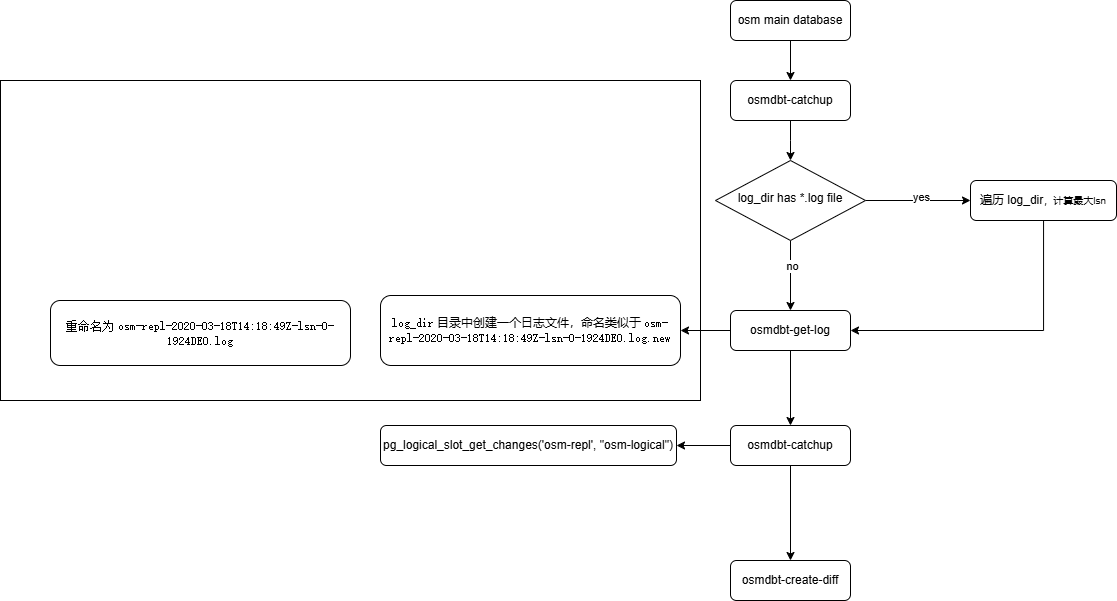
Before: osm-dbt.png, a diagram exported from draw.io (472542625/drawio). Source tidied: cells renumbered, new cells last; positions are measured from the earlier drawing's top-left corner, leaving out a move shared by most shapes.
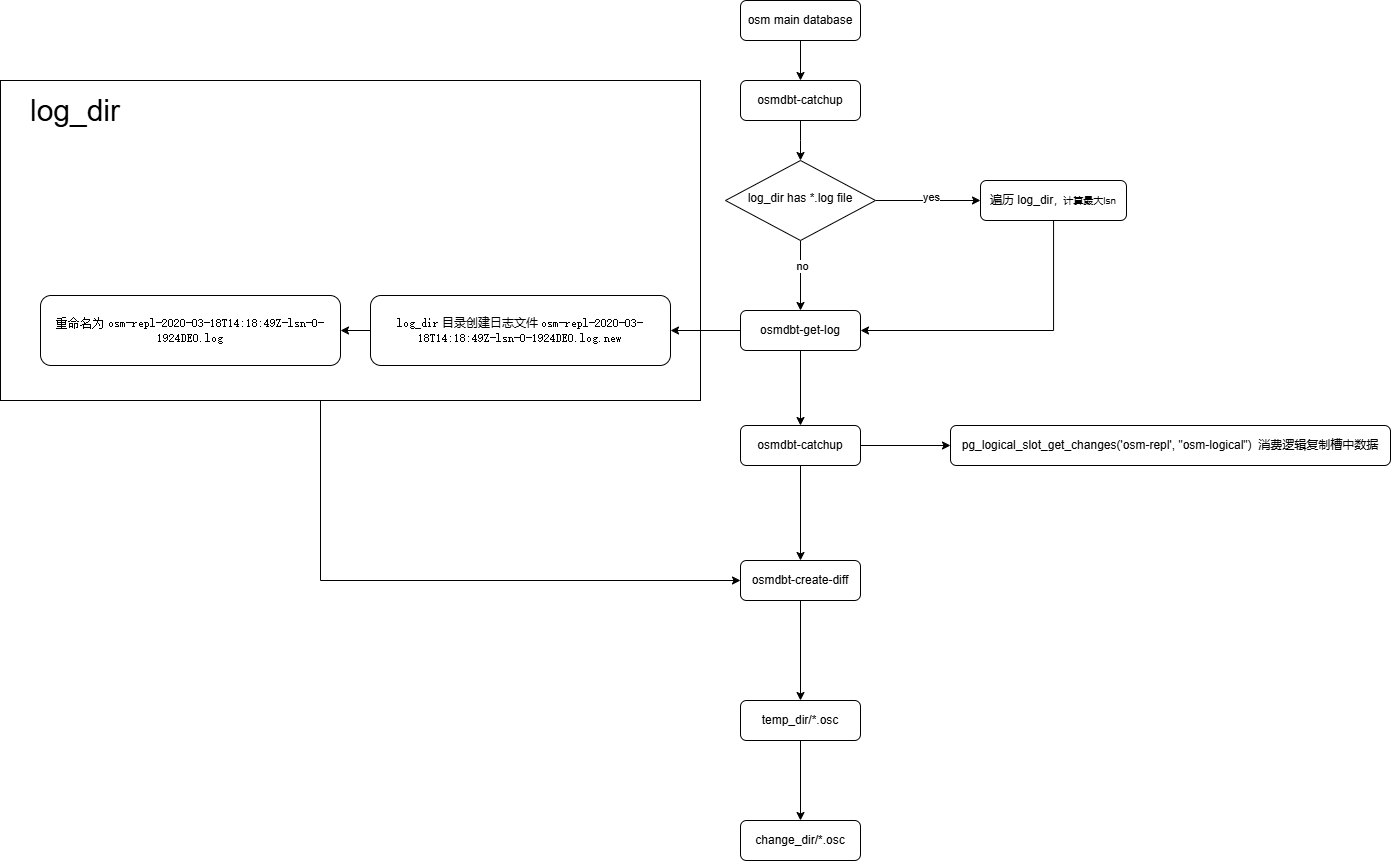
The same file after the commit.

What changed in the source:
```diff
@@ -2,8 +2,15 @@
   <root>
     <mxCell id="0" />
     <mxCell id="1" parent="0" />
+    <mxCell id="24" style="edgeStyle=orthogonalEdgeStyle;rounded=0;jettySize=auto;html=1;entryX=0;entryY=0.5;entryDx=0;entryDy=0;" parent="1" edge="1" source="2" target="23">
+      <mxGeometry relative="1" as="geometry">
+        <Array as="points">
+          <mxPoint x="310" y="580" />
+        </Array>
+      </mxGeometry>
+    </mxCell>
     <mxCell id="2" style="rounded=0;whiteSpace=wrap;html=1;" parent="1" vertex="1">
-      <mxGeometry y="80" width="700" height="320" as="geometry" />
+      <mxGeometry x="-10" y="80" width="700" height="320" as="geometry" />
     </mxCell>
     <mxCell id="3" style="edgeStyle=orthogonalEdgeStyle;rounded=0;jettySize=auto;html=1;entryX=0.5;entryY=0;entryDx=0;entryDy=0;" parent="1" edge="1" source="4" target="13">
       <mxGeometry relative="1" as="geometry" />
@@ -57,12 +64,12 @@
     <mxCell id="16" value="osmdbt-get-log" style="rounded=1;whiteSpace=wrap;html=1;fontSize=12;glass=0;strokeWidth=1;shadow=0;" parent="1" vertex="1">
       <mxGeometry x="730" y="310" width="120" height="40" as="geometry" />
     </mxCell>
+    <mxCell id="25" style="edgeStyle=orthogonalEdgeStyle;rounded=0;jettySize=auto;html=1;" parent="1" edge="1" source="17" target="18">
+      <mxGeometry relative="1" as="geometry" />
+    </mxCell>
-    <mxCell id="17" value="&lt;code&gt;log_dir&lt;/code&gt; 目录中创建一个日志文件，命名类似于 &lt;code&gt;osm-repl-2020-03-18T14:18:49Z-lsn-0-1924DE0.log.new&lt;/code&gt;" style="rounded=1;whiteSpace=wrap;html=1;fontSize=12;glass=0;strokeWidth=1;shadow=0;" parent="1" vertex="1">
-      <mxGeometry x="380" y="295" width="300" height="70" as="geometry" />
+    <mxCell id="17" value="&lt;code&gt;log_dir&lt;/code&gt; 目录创建日志文件&amp;nbsp;&lt;code&gt;osm-repl-2020-03-18T14:18:49Z-lsn-0-1924DE0.log.new&lt;/code&gt;" style="rounded=1;whiteSpace=wrap;html=1;fontSize=12;glass=0;strokeWidth=1;shadow=0;" parent="1" vertex="1">
+      <mxGeometry x="360" y="295" width="300" height="70" as="geometry" />
     </mxCell>
-    <mxCell id="18" value="&lt;font face=&quot;monospace&quot;&gt;重命名为&lt;/font&gt;&amp;nbsp;&lt;code&gt;osm-repl-2020-03-18T14:18:49Z-lsn-0-1924DE0.log&lt;/code&gt;" style="rounded=1;whiteSpace=wrap;html=1;fontSize=12;glass=0;strokeWidth=1;shadow=0;" parent="1" vertex="1">
-      <mxGeometry x="50" y="300" width="300" height="65" as="geometry" />
-    </mxCell>
     <mxCell id="19" style="edgeStyle=orthogonalEdgeStyle;rounded=0;jettySize=auto;html=1;" parent="1" edge="1" source="21" target="22">
       <mxGeometry relative="1" as="geometry" />
     </mxCell>
@@ -72,11 +79,29 @@
     <mxCell id="21" value="osmdbt-catchup" style="rounded=1;whiteSpace=wrap;html=1;fontSize=12;glass=0;strokeWidth=1;shadow=0;" parent="1" vertex="1">
       <mxGeometry x="730" y="425" width="120" height="40" as="geometry" />
     </mxCell>
-    <mxCell id="22" value="pg_logical_slot_get_changes('osm-repl', &quot;osm-logical&quot;)" style="rounded=1;whiteSpace=wrap;html=1;fontSize=12;glass=0;strokeWidth=1;shadow=0;" parent="1" vertex="1">
-      <mxGeometry x="380" y="425" width="296" height="40" as="geometry" />
+    <mxCell id="22" value="pg_logical_slot_get_changes('osm-repl', &quot;osm-logical&quot;)&amp;nbsp; 消费逻辑复制槽中数据" style="rounded=1;whiteSpace=wrap;html=1;fontSize=12;glass=0;strokeWidth=1;shadow=0;" parent="1" vertex="1">
+      <mxGeometry x="940" y="425" width="440" height="40" as="geometry" />
     </mxCell>
+    <mxCell id="26" style="edgeStyle=orthogonalEdgeStyle;rounded=0;jettySize=auto;html=1;entryX=0.5;entryY=0;entryDx=0;entryDy=0;" parent="1" edge="1" source="23" target="29">
+      <mxGeometry relative="1" as="geometry" />
+    </mxCell>
     <mxCell id="23" value="osmdbt-create-diff" style="rounded=1;whiteSpace=wrap;html=1;fontSize=12;glass=0;strokeWidth=1;shadow=0;" parent="1" vertex="1">
       <mxGeometry x="730" y="560" width="120" height="40" as="geometry" />
     </mxCell>
+    <mxCell id="27" value="log_dir" style="text;html=1;align=center;verticalAlign=middle;whiteSpace=wrap;rounded=0;fontSize=30;" parent="1" vertex="1">
+      <mxGeometry x="10" y="90" width="110" height="40" as="geometry" />
+    </mxCell>
+    <mxCell id="18" value="&lt;font face=&quot;monospace&quot;&gt;重命名为&lt;/font&gt;&amp;nbsp;&lt;code&gt;osm-repl-2020-03-18T14:18:49Z-lsn-0-1924DE0.log&lt;/code&gt;" style="rounded=1;whiteSpace=wrap;html=1;fontSize=12;glass=0;strokeWidth=1;shadow=0;" parent="1" vertex="1">
+      <mxGeometry x="30" y="295" width="300" height="70" as="geometry" />
+    </mxCell>
+    <mxCell id="28" style="edgeStyle=orthogonalEdgeStyle;rounded=0;jettySize=auto;html=1;entryX=0.5;entryY=0;entryDx=0;entryDy=0;" parent="1" edge="1" source="29" target="30">
+      <mxGeometry relative="1" as="geometry" />
+    </mxCell>
+    <mxCell id="29" value="temp_dir/*.osc" style="rounded=1;whiteSpace=wrap;html=1;fontSize=12;glass=0;strokeWidth=1;shadow=0;" parent="1" vertex="1">
+      <mxGeometry x="730" y="700" width="120" height="40" as="geometry" />
+    </mxCell>
+    <mxCell id="30" value="change_dir/*.osc" style="rounded=1;whiteSpace=wrap;html=1;fontSize=12;glass=0;strokeWidth=1;shadow=0;" parent="1" vertex="1">
+      <mxGeometry x="730" y="820" width="120" height="40" as="geometry" />
+    </mxCell>
   </root>
 </mxGraphModel>
```
